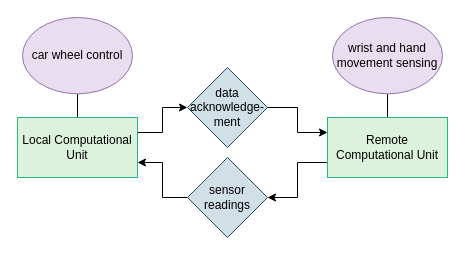
Earlier version of the draw.io diagram 1. Introduction/1. Problem Statement/problem_statement.drawio (esrg-silent-howl/zephyrus). Source tidied: cells renumbered, new cells numbered last; positions are measured from the earlier drawing's top-left corner, leaving out a move shared by most shapes. Both pictures are drawn from the tidied source at 100%, with x=0, y=0 at pixel (17, 17).
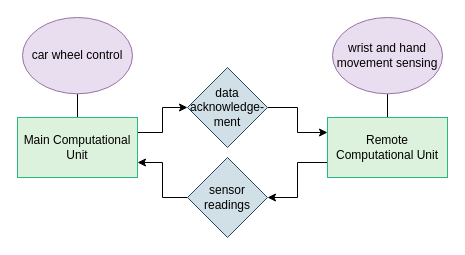
Above is the later version.

Commit message (it also covers changes not shown here):
UPDT: Small functional changes to the schematics

Diff of the diagram source:
```diff
@@
 <mxGraphModel>
   <root>
     <mxCell id="0" />
     <mxCell id="1" parent="0" />
     <mxCell id="2" style="edgeStyle=orthogonalEdgeStyle;rounded=0;jettySize=auto;html=1;entryX=0;entryY=0.5;entryDx=0;entryDy=0;exitX=1;exitY=0.25;exitDx=0;exitDy=0;" parent="1" edge="1" source="4" target="12">
       <mxGeometry relative="1" as="geometry" />
     </mxCell>
     <mxCell id="3" style="edgeStyle=orthogonalEdgeStyle;rounded=0;jettySize=auto;html=1;exitX=0.5;exitY=0;exitDx=0;exitDy=0;entryX=0.5;entryY=1;entryDx=0;entryDy=0;endArrow=none;endFill=0;" parent="1" edge="1" source="4" target="7">
       <mxGeometry relative="1" as="geometry" />
     </mxCell>
-    <mxCell id="4" value="Local Computational Unit" style="rounded=0;whiteSpace=wrap;html=1;strokeColor=#27B882;fillColor=#DDF2DC;" parent="1" vertex="1">
+    <mxCell id="4" value="Main Computational Unit" style="rounded=0;whiteSpace=wrap;html=1;strokeColor=#27B882;fillColor=#DDF2DC;" parent="1" vertex="1">
       <mxGeometry y="100" width="120" height="60" as="geometry" />
     </mxCell>
     <mxCell id="5" style="edgeStyle=orthogonalEdgeStyle;rounded=0;jettySize=auto;html=1;entryX=1;entryY=0.75;entryDx=0;entryDy=0;" parent="1" edge="1" source="6" target="4">
       <mxGeometry relative="1" as="geometry" />
     </mxCell>
     <mxCell id="6" value="sensor readings" style="rhombus;whiteSpace=wrap;html=1;strokeColor=#23445d;fillColor=#D1DFE6;" parent="1" vertex="1">
       <mxGeometry x="170" y="140" width="80" height="80" as="geometry" />
     </mxCell>
     <mxCell id="7" value="car wheel control" style="ellipse;whiteSpace=wrap;html=1;fillColor=#E9DDF0;strokeColor=#9673A6;" parent="1" vertex="1">
       <mxGeometry x="5" width="110" height="76.3" as="geometry" />
     </mxCell>
     <mxCell id="8" style="edgeStyle=orthogonalEdgeStyle;rounded=0;jettySize=auto;html=1;exitX=0;exitY=0.75;exitDx=0;exitDy=0;entryX=1;entryY=0.5;entryDx=0;entryDy=0;" parent="1" edge="1" source="10" target="6">
       <mxGeometry relative="1" as="geometry" />
     </mxCell>
     <mxCell id="9" style="edgeStyle=orthogonalEdgeStyle;rounded=0;jettySize=auto;html=1;exitX=0.5;exitY=0;exitDx=0;exitDy=0;entryX=0.5;entryY=1;entryDx=0;entryDy=0;endArrow=none;endFill=0;" parent="1" edge="1" source="10" target="13">
       <mxGeometry relative="1" as="geometry" />
     </mxCell>
     <mxCell id="10" value="Remote Computational Unit" style="rounded=0;whiteSpace=wrap;html=1;strokeColor=#27B882;fillColor=#DDF2DC;" parent="1" vertex="1">
       <mxGeometry x="310" y="100" width="120" height="60" as="geometry" />
     </mxCell>
     <mxCell id="11" style="edgeStyle=orthogonalEdgeStyle;rounded=0;jettySize=auto;html=1;entryX=0;entryY=0.25;entryDx=0;entryDy=0;" parent="1" edge="1" source="12" target="10">
       <mxGeometry relative="1" as="geometry" />
     </mxCell>
     <mxCell id="12" value="data acknowledge-&lt;br&gt;ment" style="rhombus;whiteSpace=wrap;html=1;strokeColor=#23445d;fillColor=#D1DFE6;" parent="1" vertex="1">
       <mxGeometry x="170" y="50" width="80" height="80" as="geometry" />
     </mxCell>
     <mxCell id="13" value="wrist and hand movement sensing" style="ellipse;whiteSpace=wrap;html=1;fillColor=#E9DDF0;strokeColor=#9673A6;" parent="1" vertex="1">
       <mxGeometry x="315" width="110" height="76.3" as="geometry" />
     </mxCell>
   </root>
 </mxGraphModel>
```
